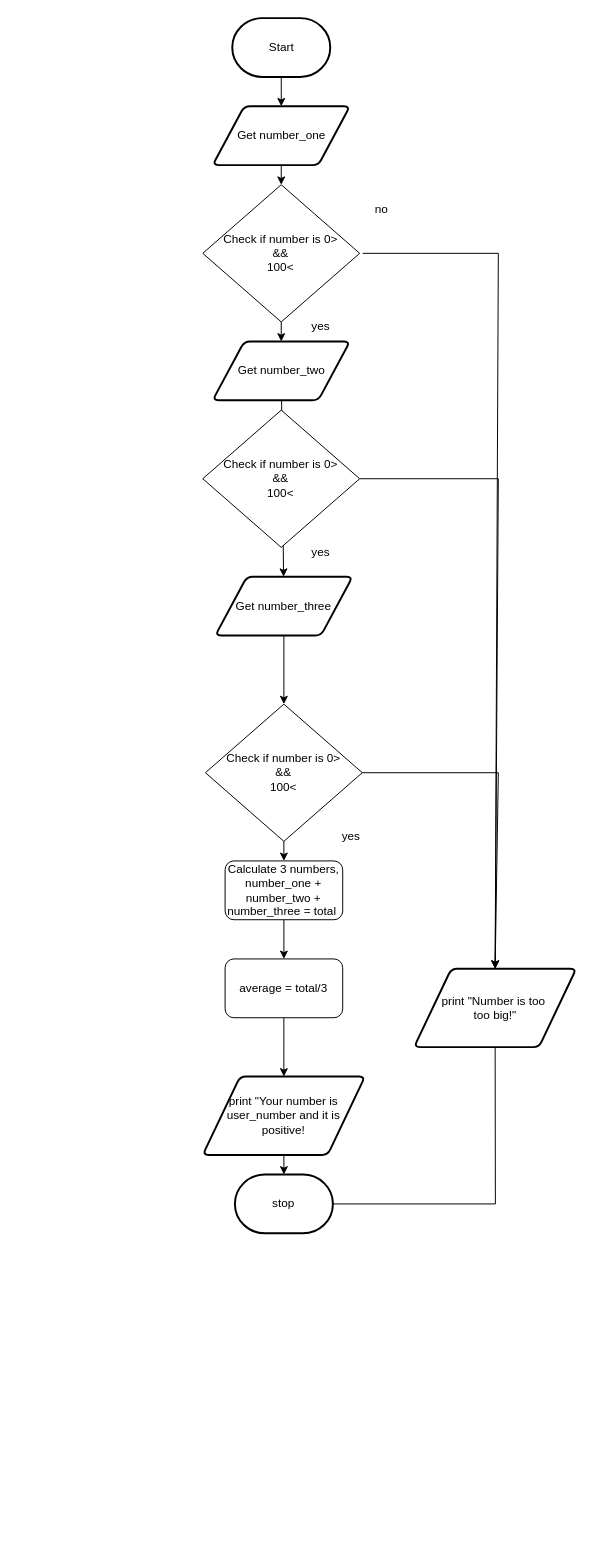
Above: FlowChart.Drawio in JacksonNaufal/ICS3U-Assignment3-Python (draw.io), before the change. Source tidied: cells renumbered, new cells numbered last; positions are measured from the earlier drawing's top-left corner, leaving out a move shared by most shapes. Both pictures are drawn from the tidied source at 98%, with x=0, y=0 at pixel (202, 18).
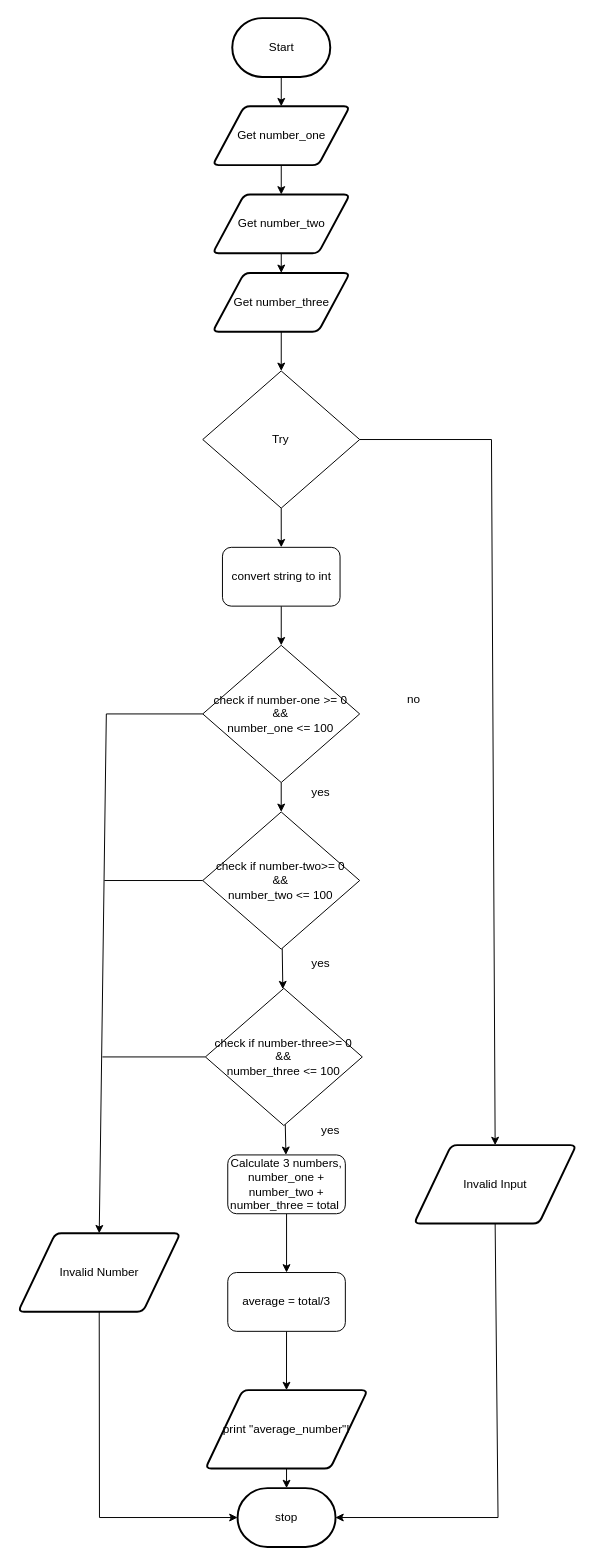
Above is the later version.

Unchanged cells that the change refers to:
```xml
<mxCell id="5" value="Get number_one" style="shape=parallelogram;html=1;strokeWidth=2;perimeter=parallelogramPerimeter;whiteSpace=wrap;rounded=1;arcSize=12;size=0.23;" parent="1" vertex="1">
  <mxGeometry x="10.5" y="90" width="140" height="60" as="geometry" />
</mxCell>
```

What changed in the source:
```diff
@@
-    <mxCell id="4" style="edgeStyle=none;html=1;" parent="1" edge="1" source="5" target="20">
-      <mxGeometry relative="1" as="geometry" />
-    </mxCell>
+    <mxCell id="32" style="edgeStyle=none;html=1;" parent="1" edge="1" source="5" target="13">
+      <mxGeometry relative="1" as="geometry" />
+    </mxCell>
@@
-    <mxCell id="7" value="print &quot;Your number is user_number and it is &lt;br&gt;positive!" style="shape=parallelogram;html=1;strokeWidth=2;perimeter=parallelogramPerimeter;whiteSpace=wrap;rounded=1;arcSize=12;size=0.23;" parent="1" vertex="1">
-      <mxGeometry x="0.4" y="1080" width="165.5" height="80" as="geometry" />
+    <mxCell id="7" value="print &quot;average_number&quot;!" style="shape=parallelogram;html=1;strokeWidth=2;perimeter=parallelogramPerimeter;whiteSpace=wrap;rounded=1;arcSize=12;size=0.23;" parent="1" vertex="1">
+      <mxGeometry x="3.1" y="1400" width="165.5" height="80" as="geometry" />
     </mxCell>
     <mxCell id="8" value="stop" style="strokeWidth=2;html=1;shape=mxgraph.flowchart.terminator;whiteSpace=wrap;rounded=1;" parent="1" vertex="1">
-      <mxGeometry x="33.2" y="1180" width="100" height="60" as="geometry" />
+      <mxGeometry x="35.9" y="1500" width="100" height="60" as="geometry" />
     </mxCell>
-    <mxCell id="9" style="edgeStyle=none;html=1;startArrow=none;" parent="1" edge="1" source="25" target="15">
-      <mxGeometry relative="1" as="geometry" />
-    </mxCell>
-    <mxCell id="10" style="edgeStyle=none;html=1;" parent="1" edge="1" source="11" target="25">
-      <mxGeometry relative="1" as="geometry" />
-    </mxCell>
+    <mxCell id="33" style="edgeStyle=none;html=1;" parent="1" edge="1" source="11" target="36">
+      <mxGeometry relative="1" as="geometry" />
+    </mxCell>
     <mxCell id="11" value="Get number_three" style="shape=parallelogram;html=1;strokeWidth=2;perimeter=parallelogramPerimeter;whiteSpace=wrap;rounded=1;arcSize=12;size=0.23;" parent="1" vertex="1">
-      <mxGeometry x="13.2" y="570" width="140" height="60" as="geometry" />
+      <mxGeometry x="10.5" y="260" width="140" height="60" as="geometry" />
     </mxCell>
@@
     <mxCell id="13" value="Get number_two" style="shape=parallelogram;html=1;strokeWidth=2;perimeter=parallelogramPerimeter;whiteSpace=wrap;rounded=1;arcSize=12;size=0.23;" parent="1" vertex="1">
-      <mxGeometry x="10.5" y="330" width="140" height="60" as="geometry" />
+      <mxGeometry x="10.5" y="180" width="140" height="60" as="geometry" />
     </mxCell>
@@
     <mxCell id="15" value="Calculate 3 numbers, number_one + number_two + number_three = total&amp;nbsp;" style="rounded=1;whiteSpace=wrap;html=1;" parent="1" vertex="1">
-      <mxGeometry x="23.2" y="860" width="120" height="60" as="geometry" />
+      <mxGeometry x="25.9" y="1160" width="120" height="60" as="geometry" />
     </mxCell>
@@
     <mxCell id="17" value="average = total/3" style="rounded=1;whiteSpace=wrap;html=1;" parent="1" vertex="1">
-      <mxGeometry x="23.2" y="960" width="120" height="60" as="geometry" />
+      <mxGeometry x="25.9" y="1280" width="120" height="60" as="geometry" />
     </mxCell>
-    <mxCell id="18" style="edgeStyle=none;html=1;" parent="1" edge="1" source="20" target="13">
-      <mxGeometry relative="1" as="geometry" />
-    </mxCell>
-    <mxCell id="19" style="edgeStyle=none;rounded=0;html=1;entryX=0.5;entryY=0;entryDx=0;entryDy=0;endArrow=classic;endFill=1;exitX=1;exitY=0.5;exitDx=0;exitDy=0;" parent="1" edge="1" target="31">
-      <mxGeometry relative="1" as="geometry">
-        <mxPoint x="163.6" y="240" as="sourcePoint" />
-        <Array as="points">
-          <mxPoint x="302" y="240" />
-        </Array>
-      </mxGeometry>
-    </mxCell>
-    <mxCell id="20" value="Check if number is 0&amp;gt;&lt;br&gt;&amp;amp;&amp;amp;&lt;br&gt;100&amp;lt;" style="rhombus;whiteSpace=wrap;html=1;" parent="1" vertex="1">
-      <mxGeometry x="0.4" y="170" width="160.1" height="140" as="geometry" />
-    </mxCell>
-    <mxCell id="21" value="yes" style="text;html=1;strokeColor=none;fillColor=none;align=center;verticalAlign=middle;whiteSpace=wrap;rounded=0;" parent="1" vertex="1">
-      <mxGeometry x="90.5" y="300" width="60" height="30" as="geometry" />
-    </mxCell>
-    <mxCell id="22" style="edgeStyle=none;rounded=0;html=1;entryX=0.5;entryY=0;entryDx=0;entryDy=0;endArrow=classic;endFill=1;exitX=1;exitY=0.5;exitDx=0;exitDy=0;" parent="1" edge="1" source="23" target="31">
-      <mxGeometry relative="1" as="geometry">
-        <Array as="points">
-          <mxPoint x="302" y="470" />
-        </Array>
-      </mxGeometry>
-    </mxCell>
-    <mxCell id="23" value="Check if number is 0&amp;gt;&lt;br&gt;&amp;amp;&amp;amp;&lt;br&gt;100&amp;lt;" style="rhombus;whiteSpace=wrap;html=1;" parent="1" vertex="1">
-      <mxGeometry x="0.4" y="400" width="160.1" height="140" as="geometry" />
-    </mxCell>
-    <mxCell id="24" style="edgeStyle=none;rounded=0;html=1;entryX=0.5;entryY=0;entryDx=0;entryDy=0;endArrow=classic;endFill=1;exitX=1;exitY=0.5;exitDx=0;exitDy=0;" parent="1" edge="1" source="25" target="31">
-      <mxGeometry relative="1" as="geometry">
-        <Array as="points">
-          <mxPoint x="302" y="770" />
-        </Array>
-      </mxGeometry>
-    </mxCell>
-    <mxCell id="25" value="Check if number is 0&amp;gt;&lt;br&gt;&amp;amp;&amp;amp;&lt;br&gt;100&amp;lt;" style="rhombus;whiteSpace=wrap;html=1;" parent="1" vertex="1">
-      <mxGeometry x="3.1" y="700" width="160.1" height="140" as="geometry" />
-    </mxCell>
-    <mxCell id="26" style="edgeStyle=none;html=1;endArrow=none;" parent="1" edge="1" target="25">
+    <mxCell id="26" style="edgeStyle=none;html=1;endArrow=none;" parent="1" edge="1">
       <mxGeometry relative="1" as="geometry">
         <mxPoint x="83.2" y="700" as="sourcePoint" />
+        <mxPoint x="83.2" y="700" as="targetPoint" />
       </mxGeometry>
     </mxCell>
-    <mxCell id="27" value="yes" style="text;html=1;strokeColor=none;fillColor=none;align=center;verticalAlign=middle;whiteSpace=wrap;rounded=0;" parent="1" vertex="1">
-      <mxGeometry x="90.5" y="530" width="60" height="30" as="geometry" />
-    </mxCell>
-    <mxCell id="28" value="yes" style="text;html=1;strokeColor=none;fillColor=none;align=center;verticalAlign=middle;whiteSpace=wrap;rounded=0;" parent="1" vertex="1">
-      <mxGeometry x="122" y="820" width="60" height="30" as="geometry" />
-    </mxCell>
-    <mxCell id="29" value="no" style="text;html=1;strokeColor=none;fillColor=none;align=center;verticalAlign=middle;whiteSpace=wrap;rounded=0;" parent="1" vertex="1">
-      <mxGeometry x="153.2" y="180" width="60" height="30" as="geometry" />
-    </mxCell>
-    <mxCell id="30" style="edgeStyle=none;rounded=0;html=1;entryX=1;entryY=0.5;entryDx=0;entryDy=0;entryPerimeter=0;endArrow=none;endFill=0;exitX=0.5;exitY=1;exitDx=0;exitDy=0;" parent="1" edge="1" source="31">
+    <mxCell id="30" style="edgeStyle=none;rounded=0;html=1;entryX=1;entryY=0.5;entryDx=0;entryDy=0;entryPerimeter=0;endArrow=classic;endFill=1;exitX=0.5;exitY=1;exitDx=0;exitDy=0;" parent="1" edge="1" source="31">
       <mxGeometry relative="1" as="geometry">
-        <mxPoint x="133" y="1210" as="targetPoint" />
+        <mxPoint x="135.7" y="1530" as="targetPoint" />
         <Array as="points">
-          <mxPoint x="299" y="1210" />
+          <mxPoint x="301.7" y="1530" />
         </Array>
       </mxGeometry>
     </mxCell>
-    <mxCell id="31" value="print &quot;Number is too&amp;nbsp;&lt;br&gt;too big!&quot;" style="shape=parallelogram;html=1;strokeWidth=2;perimeter=parallelogramPerimeter;whiteSpace=wrap;rounded=1;arcSize=12;size=0.23;" parent="1" vertex="1">
-      <mxGeometry x="216" y="970" width="165.5" height="80" as="geometry" />
+    <mxCell id="31" value="Invalid Input" style="shape=parallelogram;html=1;strokeWidth=2;perimeter=parallelogramPerimeter;whiteSpace=wrap;rounded=1;arcSize=12;size=0.23;" parent="1" vertex="1">
+      <mxGeometry x="216" y="1150" width="165.5" height="80" as="geometry" />
     </mxCell>
+    <mxCell id="34" style="edgeStyle=none;html=1;" parent="1" edge="1" source="36" target="38">
+      <mxGeometry relative="1" as="geometry" />
+    </mxCell>
+    <mxCell id="35" style="edgeStyle=none;html=1;entryX=0.5;entryY=0;entryDx=0;entryDy=0;exitX=1;exitY=0.5;exitDx=0;exitDy=0;rounded=0;" parent="1" edge="1" source="36" target="31">
+      <mxGeometry relative="1" as="geometry">
+        <Array as="points">
+          <mxPoint x="295" y="430" />
+        </Array>
+      </mxGeometry>
+    </mxCell>
+    <mxCell id="36" value="Try" style="rhombus;whiteSpace=wrap;html=1;" parent="1" vertex="1">
+      <mxGeometry x="0.4" y="360" width="160.1" height="140" as="geometry" />
+    </mxCell>
+    <mxCell id="37" style="edgeStyle=none;html=1;" parent="1" edge="1" source="38" target="41">
+      <mxGeometry relative="1" as="geometry" />
+    </mxCell>
+    <mxCell id="38" value="convert string to int" style="rounded=1;whiteSpace=wrap;html=1;" parent="1" vertex="1">
+      <mxGeometry x="20.5" y="540" width="120" height="60" as="geometry" />
+    </mxCell>
+    <mxCell id="39" style="edgeStyle=none;html=1;" parent="1" edge="1" source="41" target="44">
+      <mxGeometry relative="1" as="geometry" />
+    </mxCell>
+    <mxCell id="40" style="edgeStyle=none;rounded=0;html=1;entryX=0.5;entryY=0;entryDx=0;entryDy=0;exitX=0;exitY=0.5;exitDx=0;exitDy=0;" parent="1" edge="1" source="41" target="52">
+      <mxGeometry relative="1" as="geometry">
+        <Array as="points">
+          <mxPoint x="-98" y="710" />
+        </Array>
+      </mxGeometry>
+    </mxCell>
+    <mxCell id="41" value="check if number-one &amp;gt;= 0&lt;br&gt;&amp;amp;&amp;amp;&lt;br&gt;number_one &amp;lt;= 100" style="rhombus;whiteSpace=wrap;html=1;" parent="1" vertex="1">
+      <mxGeometry x="0.4" y="640" width="160.1" height="140" as="geometry" />
+    </mxCell>
+    <mxCell id="42" style="edgeStyle=none;html=1;" parent="1" edge="1" source="44" target="47">
+      <mxGeometry relative="1" as="geometry" />
+    </mxCell>
+    <mxCell id="43" style="edgeStyle=none;rounded=0;html=1;endArrow=none;endFill=0;" parent="1" edge="1" source="44">
+      <mxGeometry relative="1" as="geometry">
+        <mxPoint x="-100" y="880" as="targetPoint" />
+      </mxGeometry>
+    </mxCell>
+    <mxCell id="44" value="check if number-two&amp;gt;= 0&lt;br&gt;&amp;amp;&amp;amp;&lt;br&gt;number_two &amp;lt;= 100" style="rhombus;whiteSpace=wrap;html=1;" parent="1" vertex="1">
+      <mxGeometry x="0.4" y="810" width="160.1" height="140" as="geometry" />
+    </mxCell>
+    <mxCell id="45" style="edgeStyle=none;html=1;" parent="1" edge="1" source="47" target="15">
+      <mxGeometry relative="1" as="geometry" />
+    </mxCell>
+    <mxCell id="46" style="edgeStyle=none;rounded=0;html=1;endArrow=none;endFill=0;" parent="1" edge="1" source="47">
+      <mxGeometry relative="1" as="geometry">
+        <mxPoint x="-102" y="1060" as="targetPoint" />
+      </mxGeometry>
+    </mxCell>
+    <mxCell id="47" value="check if number-three&amp;gt;= 0&lt;br&gt;&amp;amp;&amp;amp;&lt;br&gt;number_three &amp;lt;= 100" style="rhombus;whiteSpace=wrap;html=1;" parent="1" vertex="1">
+      <mxGeometry x="3.1" y="990" width="160.1" height="140" as="geometry" />
+    </mxCell>
+    <mxCell id="48" value="yes" style="text;html=1;strokeColor=none;fillColor=none;align=center;verticalAlign=middle;whiteSpace=wrap;rounded=0;" parent="1" vertex="1">
+      <mxGeometry x="90.5" y="775" width="60" height="30" as="geometry" />
+    </mxCell>
+    <mxCell id="49" value="yes" style="text;html=1;strokeColor=none;fillColor=none;align=center;verticalAlign=middle;whiteSpace=wrap;rounded=0;" parent="1" vertex="1">
+      <mxGeometry x="90.5" y="950" width="60" height="30" as="geometry" />
+    </mxCell>
+    <mxCell id="50" value="yes" style="text;html=1;strokeColor=none;fillColor=none;align=center;verticalAlign=middle;whiteSpace=wrap;rounded=0;" parent="1" vertex="1">
+      <mxGeometry x="100.6" y="1120" width="60" height="30" as="geometry" />
+    </mxCell>
+    <mxCell id="29" value="no" style="text;html=1;strokeColor=none;fillColor=none;align=center;verticalAlign=middle;whiteSpace=wrap;rounded=0;" parent="1" vertex="1">
+      <mxGeometry x="186" y="680" width="60" height="30" as="geometry" />
+    </mxCell>
+    <mxCell id="51" style="edgeStyle=none;rounded=0;html=1;entryX=0;entryY=0.5;entryDx=0;entryDy=0;entryPerimeter=0;endArrow=classic;endFill=1;exitX=0.5;exitY=1;exitDx=0;exitDy=0;" parent="1" edge="1" source="52" target="8">
+      <mxGeometry relative="1" as="geometry">
+        <Array as="points">
+          <mxPoint x="-105" y="1530" />
+        </Array>
+      </mxGeometry>
+    </mxCell>
+    <mxCell id="52" value="Invalid Number" style="shape=parallelogram;html=1;strokeWidth=2;perimeter=parallelogramPerimeter;whiteSpace=wrap;rounded=1;arcSize=12;size=0.23;" parent="1" vertex="1">
+      <mxGeometry x="-188" y="1240" width="165.5" height="80" as="geometry" />
+    </mxCell>
```
